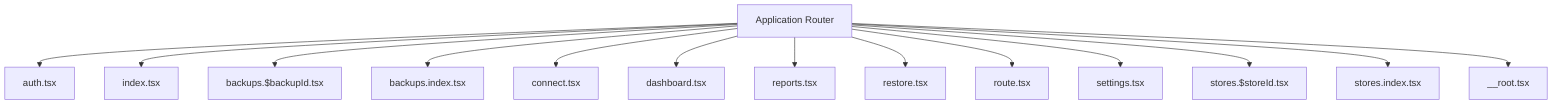
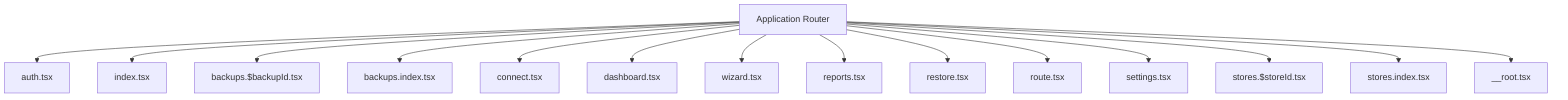
graph TD
  Router["Application Router"]
  Router --> authtsx["auth.tsx"]
  Router --> indextsx["index.tsx"]
  Router --> backupsbackupIdtsx["backups.$backupId.tsx"]
  Router --> backupsindextsx["backups.index.tsx"]
  Router --> connecttsx["connect.tsx"]
  Router --> dashboardtsx["dashboard.tsx"]
+   Router --> wizardtsx["wizard.tsx"]
  Router --> reportstsx["reports.tsx"]
  Router --> restoretsx["restore.tsx"]
  Router --> routetsx["route.tsx"]
  Router --> settingstsx["settings.tsx"]
  Router --> storesstoreIdtsx["stores.$storeId.tsx"]
  Router --> storesindextsx["stores.index.tsx"]
  Router --> __roottsx["__root.tsx"]
